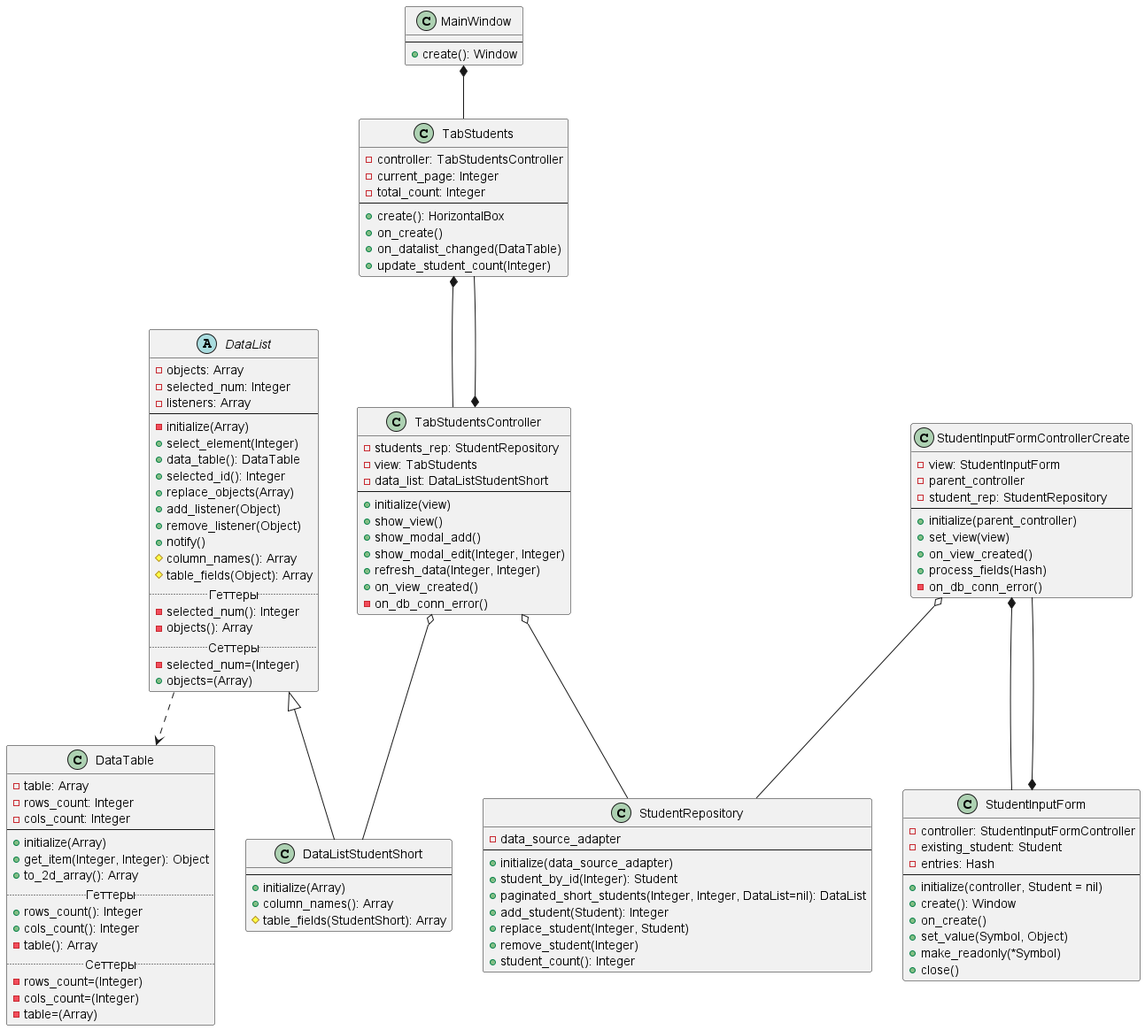
The PlantUML diagram Diagrams/mvc.png in r1411/PatternsLabs, before a commit.
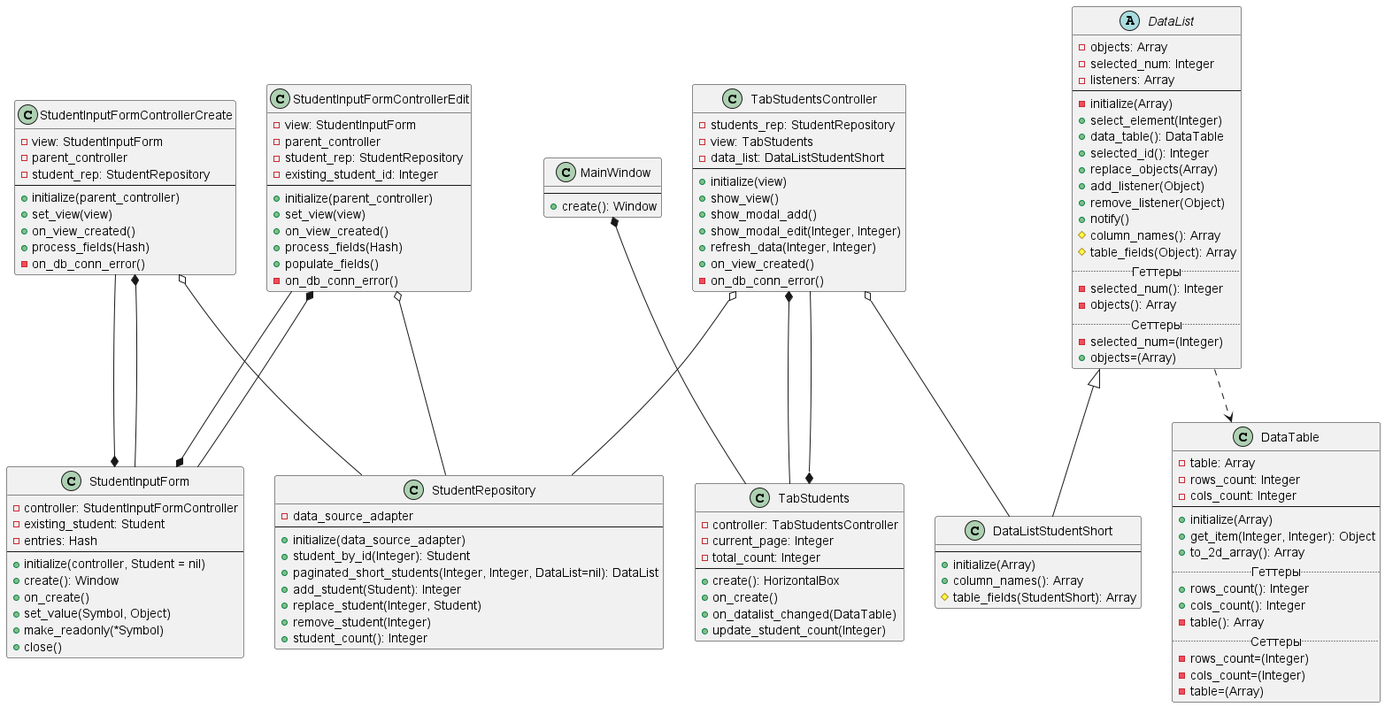
Later version of the same file.

Diff of the diagram source:
```diff
@@ -6,9 +6,14 @@
 DataList ..> DataTable
 TabStudentsController o-- DataListStudentShort
 TabStudentsController o-- StudentRepository
-StudentInputForm *-- StudentInputFormControllerCreate
+
+StudentInputForm *-u- StudentInputFormControllerCreate
 StudentInputFormControllerCreate *-- StudentInputForm
 StudentInputFormControllerCreate o-- StudentRepository
+
+StudentInputForm *-u- StudentInputFormControllerEdit
+StudentInputFormControllerEdit *-- StudentInputForm
+StudentInputFormControllerEdit o-- StudentRepository
 
 class MainWindow {
     --
@@ -62,6 +67,20 @@
     +set_view(view)
     +on_view_created()
     +process_fields(Hash)
+    -on_db_conn_error()
+}
+
+class StudentInputFormControllerEdit {
+    -view: StudentInputForm
+    -parent_controller
+    -student_rep: StudentRepository
+    -existing_student_id: Integer
+    --
+    +initialize(parent_controller)
+    +set_view(view)
+    +on_view_created()
+    +process_fields(Hash)
+    +populate_fields()
     -on_db_conn_error()
 }
 
```
